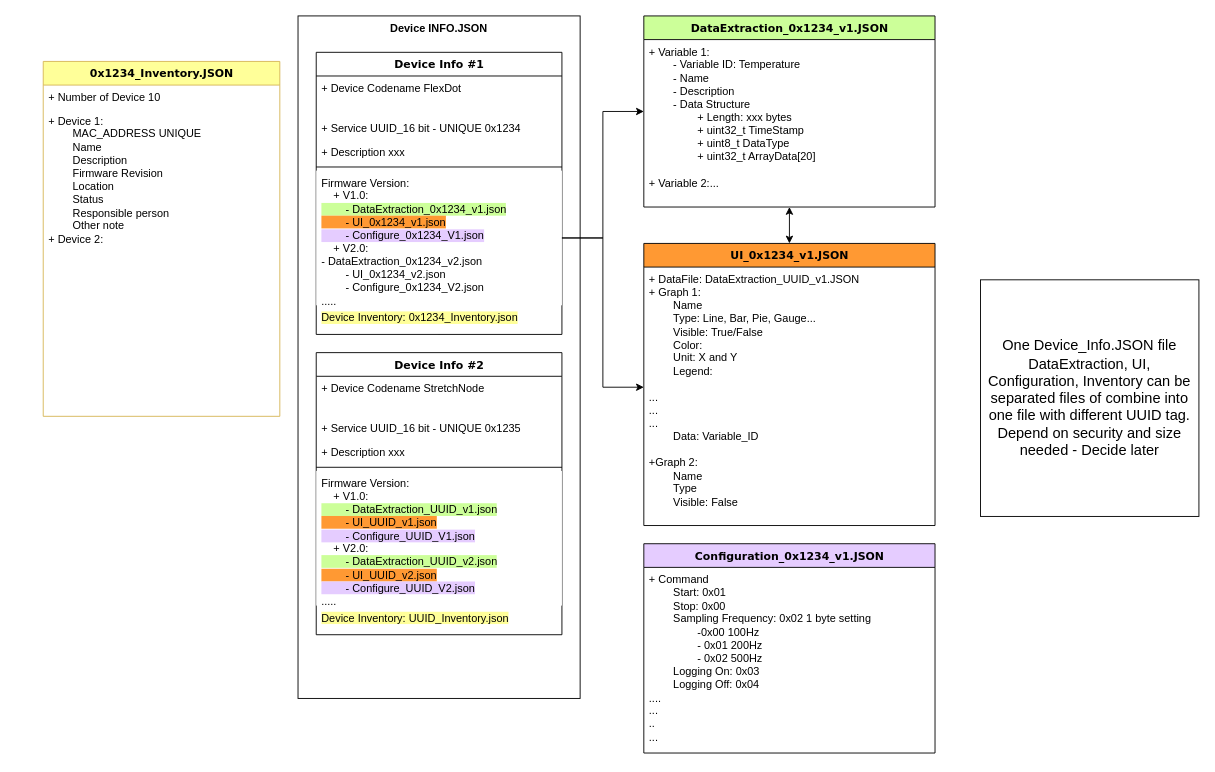
marsukhongduoi/drawio_files keeps this draw.io diagram as Android_JSON.drawio. Above is the earlier version. Source tidied: cells renumbered, new cells numbered last; positions are measured from the earlier drawing's top-left corner, leaving out a move shared by most shapes. Both pictures are drawn from the tidied source at 91%, with x=0, y=0 at pixel (43, 15).
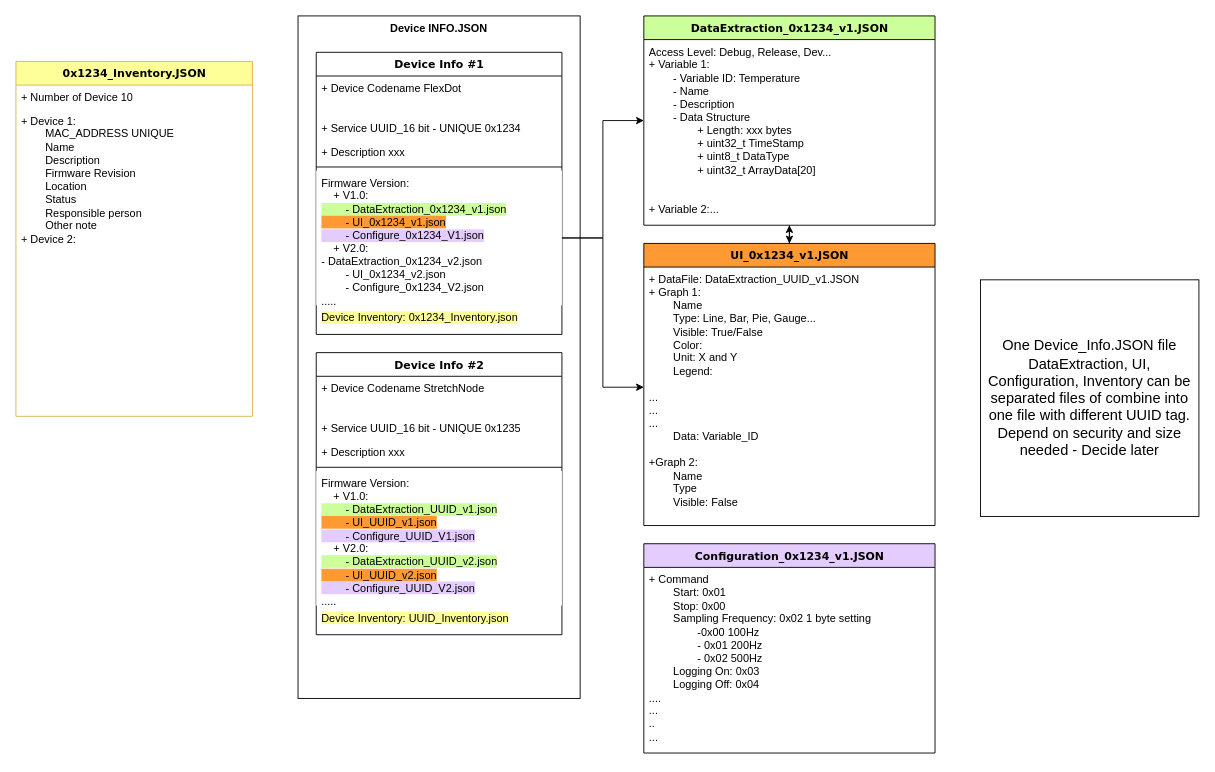
The same diagram, later.

Change to the diagram source:
```diff
@@
     <mxCell id="12" value="DataExtraction_0x1234_v1.JSON" style="swimlane;html=1;fontStyle=1;align=center;verticalAlign=top;horizontal=1;startSize=26;swimlaneFillColor=#ffffff;rounded=0;shadow=0;comic=0;labelBackgroundColor=none;strokeWidth=1;fillColor=#CCFF99;fontFamily=Verdana;fontSize=12;" parent="1" vertex="1">
-      <mxGeometry x="660" width="320" height="210" as="geometry" />
+      <mxGeometry x="660" width="320" height="230" as="geometry" />
     </mxCell>
-    <mxCell id="13" value="+ Variable 1:&amp;nbsp;&lt;br&gt;&lt;span style=&quot;white-space: pre;&quot;&gt;&#9;&lt;/span&gt;- Variable ID: Temperature&lt;br&gt;&lt;span style=&quot;white-space: pre;&quot;&gt;&#9;&lt;/span&gt;- Name&lt;br&gt;&lt;span style=&quot;white-space: pre;&quot;&gt;&#9;&lt;/span&gt;- Description&lt;br&gt;&lt;span style=&quot;white-space: pre;&quot;&gt;&#9;&lt;/span&gt;- Data Structure&lt;br&gt;&lt;span style=&quot;white-space: pre;&quot;&gt;&#9;&lt;span style=&quot;white-space: pre;&quot;&gt;&#9;&lt;/span&gt;+&lt;/span&gt;&amp;nbsp;Length: xxx bytes&lt;br&gt;&lt;span style=&quot;white-space: pre;&quot;&gt;&#9;&lt;/span&gt;&lt;span style=&quot;white-space: pre;&quot;&gt;&#9;&lt;/span&gt;+ uint32_t TimeStamp&lt;br&gt;&lt;span style=&quot;white-space: pre;&quot;&gt;&#9;&lt;/span&gt;&lt;span style=&quot;white-space: pre;&quot;&gt;&#9;&lt;/span&gt;+ uint8_t DataType&lt;br&gt;&lt;span style=&quot;white-space: pre;&quot;&gt;&#9;&lt;/span&gt;&lt;span style=&quot;white-space: pre;&quot;&gt;&#9;&lt;/span&gt;+ uint32_t ArrayData[20]&lt;br&gt;&lt;br&gt;+ Variable 2:..." style="text;html=1;strokeColor=none;fillColor=none;align=left;verticalAlign=top;spacingLeft=4;spacingRight=4;whiteSpace=wrap;overflow=hidden;" parent="12" vertex="1">
-      <mxGeometry y="26" width="320" height="184" as="geometry" />
+    <mxCell id="13" value="Access Level: Debug, Release, Dev...&lt;br&gt;+ Variable 1:&amp;nbsp;&lt;br&gt;&lt;span style=&quot;white-space: pre;&quot;&gt;&#9;&lt;/span&gt;- Variable ID: Temperature&lt;br&gt;&lt;span style=&quot;white-space: pre;&quot;&gt;&#9;&lt;/span&gt;- Name&lt;br&gt;&lt;span style=&quot;white-space: pre;&quot;&gt;&#9;&lt;/span&gt;- Description&lt;br&gt;&lt;span style=&quot;white-space: pre;&quot;&gt;&#9;&lt;/span&gt;- Data Structure&lt;br&gt;&lt;span style=&quot;white-space: pre;&quot;&gt;&#9;&lt;span style=&quot;white-space: pre;&quot;&gt;&#9;&lt;/span&gt;+&lt;/span&gt;&amp;nbsp;Length: xxx bytes&lt;br&gt;&lt;span style=&quot;white-space: pre;&quot;&gt;&#9;&lt;/span&gt;&lt;span style=&quot;white-space: pre;&quot;&gt;&#9;&lt;/span&gt;+ uint32_t TimeStamp&lt;br&gt;&lt;span style=&quot;white-space: pre;&quot;&gt;&#9;&lt;/span&gt;&lt;span style=&quot;white-space: pre;&quot;&gt;&#9;&lt;/span&gt;+ uint8_t DataType&lt;br&gt;&lt;span style=&quot;white-space: pre;&quot;&gt;&#9;&lt;/span&gt;&lt;span style=&quot;white-space: pre;&quot;&gt;&#9;&lt;/span&gt;+ uint32_t ArrayData[20]&lt;br&gt;&lt;br&gt;&lt;br&gt;+ Variable 2:..." style="text;html=1;strokeColor=none;fillColor=none;align=left;verticalAlign=top;spacingLeft=4;spacingRight=4;whiteSpace=wrap;overflow=hidden;" parent="12" vertex="1">
+      <mxGeometry y="26" width="320" height="204" as="geometry" />
     </mxCell>
     <mxCell id="14" value="0x1234_Inventory.JSON" style="swimlane;html=1;fontStyle=1;align=center;verticalAlign=top;horizontal=1;startSize=26;swimlaneFillColor=#ffffff;rounded=0;shadow=0;comic=0;labelBackgroundColor=none;strokeWidth=1;fillColor=#FFFF99;fontFamily=Verdana;fontSize=12;strokeColor=#d6b656;" parent="1" vertex="1">
-      <mxGeometry y="50" width="260" height="390" as="geometry" />
+      <mxGeometry x="-30" y="50" width="260" height="390" as="geometry" />
     </mxCell>
```
